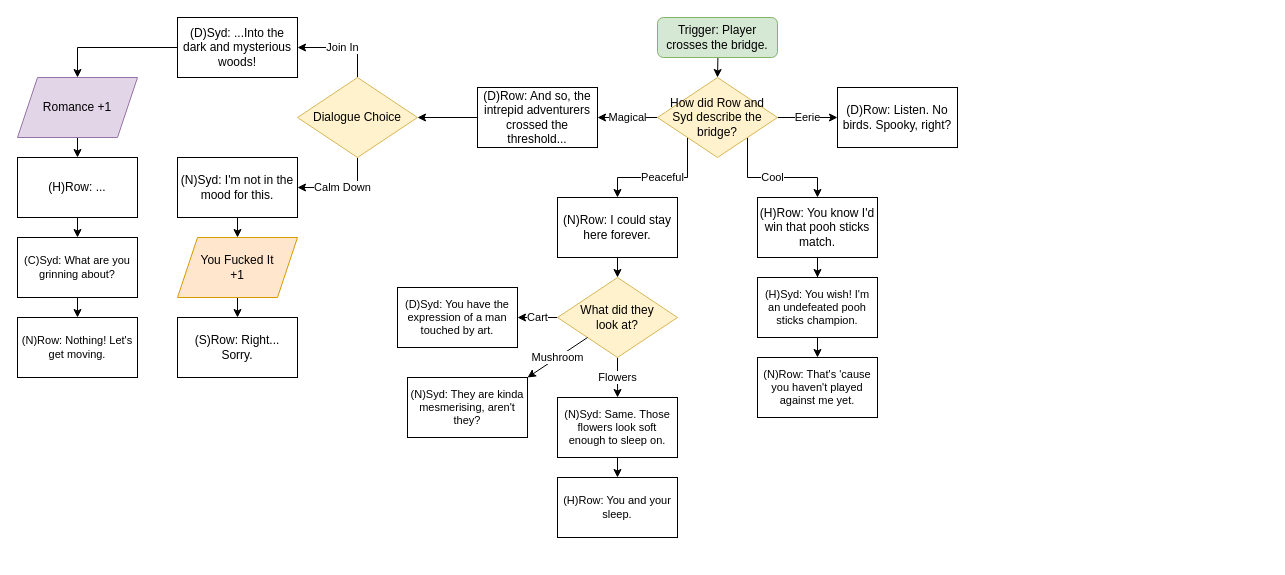
StaticSapphic/adventure-jam-2022 keeps this draw.io diagram as DrawIO-Dialogue/Untitled Diagram.drawio. Above is the earlier version. Source tidied: cells renumbered, new cells numbered last; positions are measured from the earlier drawing's top-left corner, leaving out a move shared by most shapes. Both pictures are drawn from the tidied source at 100%, with x=0, y=0 at pixel (17, 17).
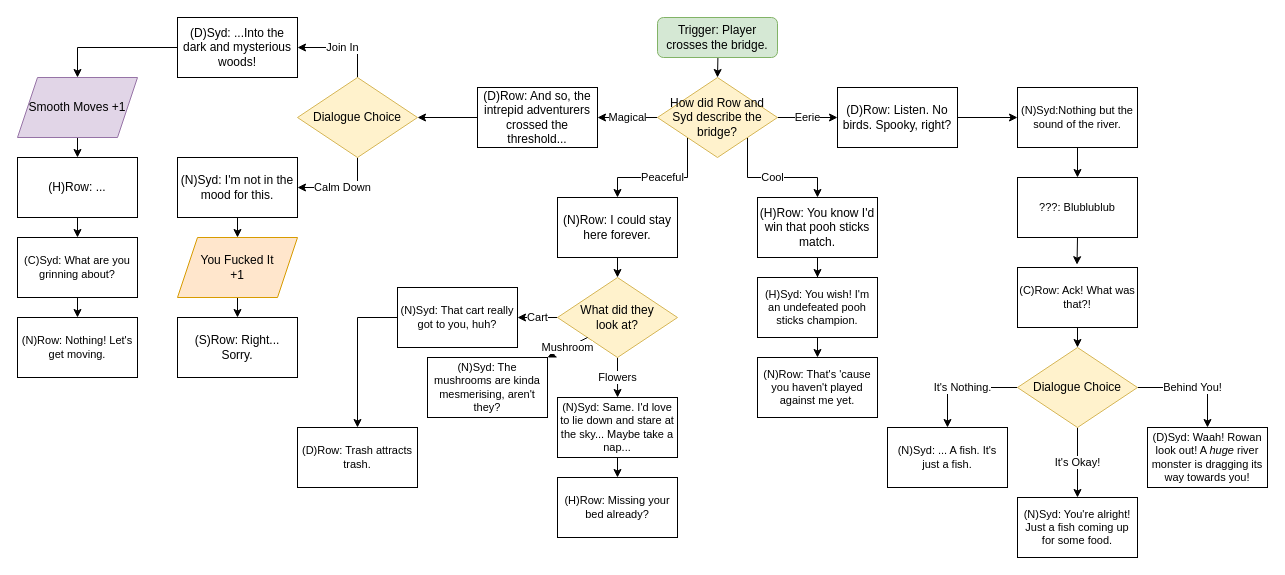
The same page after the edit.

Unchanged cells that the change refers to:
```xml
<mxCell id="11" value="(D)Row: Listen. No birds. Spooky, right?" style="rounded=0;whiteSpace=wrap;html=1;" parent="1" vertex="1">
  <mxGeometry x="820" y="70" width="120" height="60" as="geometry" />
</mxCell>
```

Change to the diagram source:
```diff
@@
+    <mxCell id="45" style="edgeStyle=orthogonalEdgeStyle;rounded=0;jettySize=auto;html=1;exitX=1;exitY=0.5;exitDx=0;exitDy=0;entryX=0;entryY=0.5;entryDx=0;entryDy=0;fontSize=11;" parent="1" edge="1" source="11" target="49">
+      <mxGeometry relative="1" as="geometry" />
+    </mxCell>
@@
-    <mxCell id="24" value="Romance +1" style="shape=parallelogram;perimeter=parallelogramPerimeter;whiteSpace=wrap;html=1;fixedSize=1;fillColor=#e1d5e7;strokeColor=#9673a6;" parent="1" vertex="1">
+    <mxCell id="24" value="Smooth Moves +1" style="shape=parallelogram;perimeter=parallelogramPerimeter;whiteSpace=wrap;html=1;fixedSize=1;fillColor=#e1d5e7;strokeColor=#9673a6;" parent="1" vertex="1">
       <mxGeometry y="60" width="120" height="60" as="geometry" />
     </mxCell>
@@
-    <mxCell id="36" value="Mushroom" style="endArrow=classic;html=1;rounded=0;fontSize=11;entryX=1;entryY=0;entryDx=0;entryDy=0;" parent="1" edge="1">
+    <mxCell id="36" value="Mushroom" style="endArrow=classic;html=1;rounded=0;fontSize=11;" parent="1" edge="1">
       <mxGeometry relative="1" as="geometry">
         <mxPoint x="570" y="320" as="sourcePoint" />
-        <mxPoint x="510" y="360" as="targetPoint" />
+        <mxPoint x="530" y="340" as="targetPoint" />
       </mxGeometry>
     </mxCell>
@@
-    <mxCell id="38" value="(N)Syd: Same. Those flowers look soft enough to sleep on." style="rounded=0;whiteSpace=wrap;html=1;fontSize=11;" parent="1" vertex="1">
+    <mxCell id="38" value="(N)Syd: Same. I'd love to lie down and stare at the sky... Maybe take a nap..." style="rounded=0;whiteSpace=wrap;html=1;fontSize=11;" parent="1" vertex="1">
       <mxGeometry x="540" y="380" width="120" height="60" as="geometry" />
     </mxCell>
-    <mxCell id="39" value="(H)Row: You and your sleep." style="rounded=0;whiteSpace=wrap;html=1;fontSize=11;" parent="1" vertex="1">
+    <mxCell id="39" value="(H)Row: Missing your bed already?" style="rounded=0;whiteSpace=wrap;html=1;fontSize=11;" parent="1" vertex="1">
       <mxGeometry x="540" y="460" width="120" height="60" as="geometry" />
     </mxCell>
@@
-    <mxCell id="43" value="(N)Syd: They are kinda mesmerising, aren't they?" style="rounded=0;whiteSpace=wrap;html=1;fontSize=11;" parent="1" vertex="1">
-      <mxGeometry x="390" y="360" width="120" height="60" as="geometry" />
+    <mxCell id="43" value="(N)Syd: The mushrooms are kinda mesmerising, aren't they?" style="rounded=0;whiteSpace=wrap;html=1;fontSize=11;" parent="1" vertex="1">
+      <mxGeometry x="410" y="340" width="120" height="60" as="geometry" />
     </mxCell>
+    <mxCell id="46" style="edgeStyle=orthogonalEdgeStyle;rounded=0;jettySize=auto;html=1;exitX=0;exitY=0.5;exitDx=0;exitDy=0;entryX=0.5;entryY=0;entryDx=0;entryDy=0;fontSize=11;" parent="1" edge="1" source="44" target="47">
+      <mxGeometry relative="1" as="geometry" />
+    </mxCell>
-    <mxCell id="44" value="(D)Syd: You have the expression of a man touched by art." style="rounded=0;whiteSpace=wrap;html=1;fontSize=11;" parent="1" vertex="1">
+    <mxCell id="44" value="(N)Syd: That cart really got to you, huh?" style="rounded=0;whiteSpace=wrap;html=1;fontSize=11;" parent="1" vertex="1">
       <mxGeometry x="380" y="270" width="120" height="60" as="geometry" />
     </mxCell>
+    <mxCell id="47" value="(D)Row: Trash attracts trash." style="rounded=0;whiteSpace=wrap;html=1;fontSize=11;" parent="1" vertex="1">
+      <mxGeometry x="280" y="410" width="120" height="60" as="geometry" />
+    </mxCell>
+    <mxCell id="48" style="edgeStyle=orthogonalEdgeStyle;rounded=0;jettySize=auto;html=1;exitX=0.5;exitY=1;exitDx=0;exitDy=0;entryX=0.5;entryY=0;entryDx=0;entryDy=0;fontSize=11;" parent="1" edge="1" source="49" target="51">
+      <mxGeometry relative="1" as="geometry" />
+    </mxCell>
+    <mxCell id="49" value="(N)Syd:Nothing but the sound of the river." style="rounded=0;whiteSpace=wrap;html=1;fontSize=11;" parent="1" vertex="1">
+      <mxGeometry x="1000" y="70" width="120" height="60" as="geometry" />
+    </mxCell>
+    <mxCell id="50" style="edgeStyle=orthogonalEdgeStyle;rounded=0;jettySize=auto;html=1;exitX=0.5;exitY=1;exitDx=0;exitDy=0;entryX=0.496;entryY=-0.047;entryDx=0;entryDy=0;entryPerimeter=0;fontSize=11;" parent="1" edge="1" source="51" target="53">
+      <mxGeometry relative="1" as="geometry" />
+    </mxCell>
+    <mxCell id="51" value="???: Blublublub" style="rounded=0;whiteSpace=wrap;html=1;fontSize=11;" parent="1" vertex="1">
+      <mxGeometry x="1000" y="160" width="120" height="60" as="geometry" />
+    </mxCell>
+    <mxCell id="52" style="edgeStyle=orthogonalEdgeStyle;rounded=0;jettySize=auto;html=1;exitX=0.5;exitY=1;exitDx=0;exitDy=0;entryX=0.5;entryY=0;entryDx=0;entryDy=0;fontSize=11;" parent="1" edge="1" source="53" target="57">
+      <mxGeometry relative="1" as="geometry" />
+    </mxCell>
+    <mxCell id="53" value="(C)Row: Ack! What was that?!" style="rounded=0;whiteSpace=wrap;html=1;fontSize=11;" parent="1" vertex="1">
+      <mxGeometry x="1000" y="250" width="120" height="60" as="geometry" />
+    </mxCell>
+    <mxCell id="54" value="It's Nothing." style="edgeStyle=orthogonalEdgeStyle;rounded=0;jettySize=auto;html=1;exitX=0;exitY=0.5;exitDx=0;exitDy=0;entryX=0.5;entryY=0;entryDx=0;entryDy=0;fontSize=11;" parent="1" edge="1" source="57" target="58">
+      <mxGeometry relative="1" as="geometry" />
+    </mxCell>
+    <mxCell id="55" value="Behind You!" style="edgeStyle=orthogonalEdgeStyle;rounded=0;jettySize=auto;html=1;exitX=1;exitY=0.5;exitDx=0;exitDy=0;entryX=0.5;entryY=0;entryDx=0;entryDy=0;fontSize=11;" parent="1" edge="1" source="57" target="59">
+      <mxGeometry relative="1" as="geometry" />
+    </mxCell>
+    <mxCell id="56" value="It's Okay!" style="edgeStyle=orthogonalEdgeStyle;rounded=0;jettySize=auto;html=1;exitX=0.5;exitY=1;exitDx=0;exitDy=0;entryX=0.5;entryY=0;entryDx=0;entryDy=0;fontSize=11;" parent="1" edge="1" source="57" target="60">
+      <mxGeometry relative="1" as="geometry" />
+    </mxCell>
+    <mxCell id="57" value="Dialogue Choice" style="rhombus;whiteSpace=wrap;html=1;fillColor=#fff2cc;strokeColor=#d6b656;" parent="1" vertex="1">
+      <mxGeometry x="1000" y="330" width="120" height="80" as="geometry" />
+    </mxCell>
+    <mxCell id="58" value="(N)Syd: ... A fish. It's just a fish." style="rounded=0;whiteSpace=wrap;html=1;fontSize=11;" parent="1" vertex="1">
+      <mxGeometry x="870" y="410" width="120" height="60" as="geometry" />
+    </mxCell>
+    <mxCell id="59" value="(D)Syd: Waah! Rowan look out! A &lt;i&gt;huge&lt;/i&gt; river monster is dragging its way towards you!" style="rounded=0;whiteSpace=wrap;html=1;fontSize=11;" parent="1" vertex="1">
+      <mxGeometry x="1130" y="410" width="120" height="60" as="geometry" />
+    </mxCell>
+    <mxCell id="60" value="(N)Syd: You're alright! Just a fish coming up for some food." style="rounded=0;whiteSpace=wrap;html=1;fontSize=11;" parent="1" vertex="1">
+      <mxGeometry x="1000" y="480" width="120" height="60" as="geometry" />
+    </mxCell>
```
